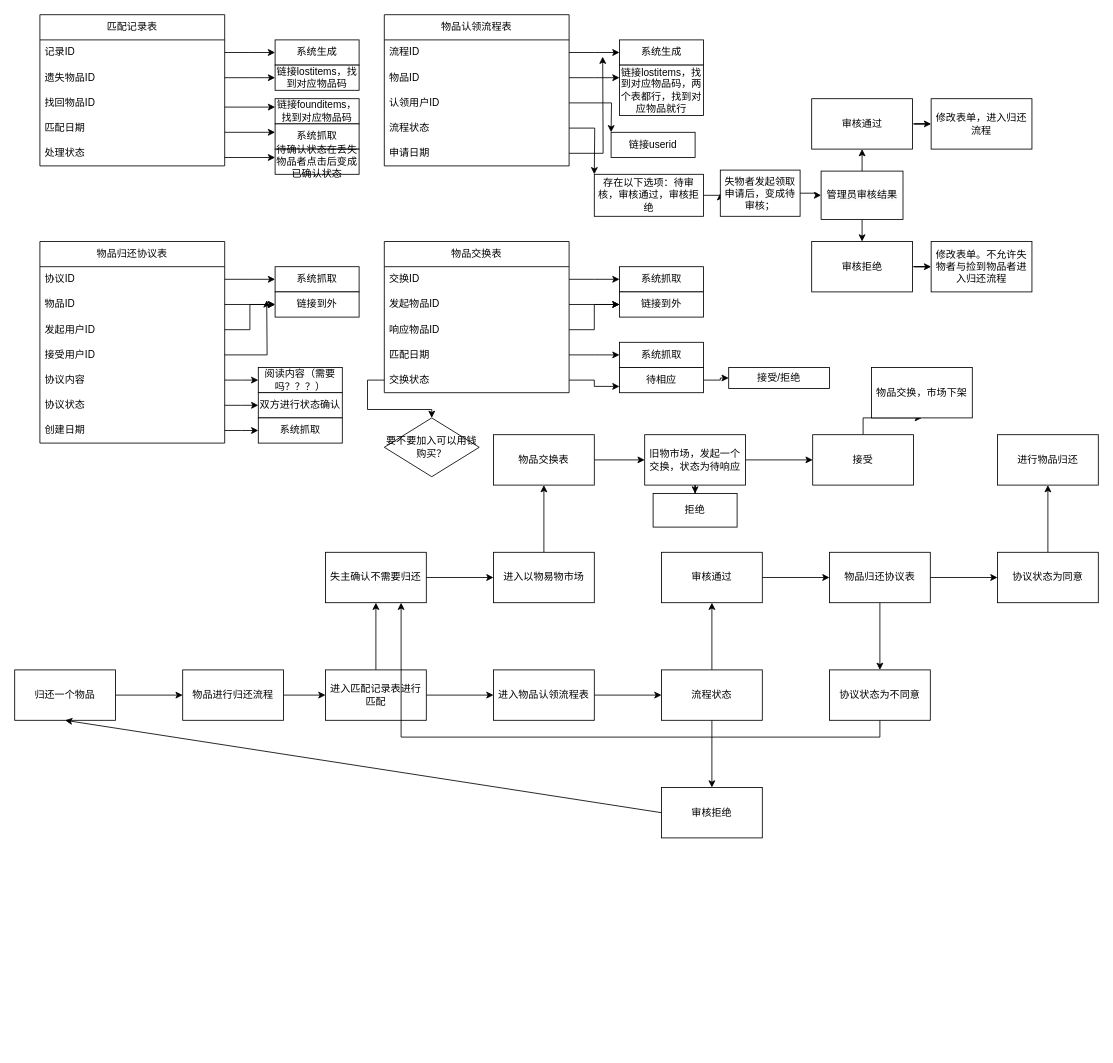
LucasFrancis23213/DatabaseCourseDesign keeps this draw.io diagram as 归还物品.drawio. Above is the earlier version. Source tidied: cells renumbered, new cells numbered last; positions are measured from the earlier drawing's top-left corner, leaving out a move shared by most shapes. Both pictures are drawn from the tidied source at 84%, with x=0, y=0 at pixel (14, 14).
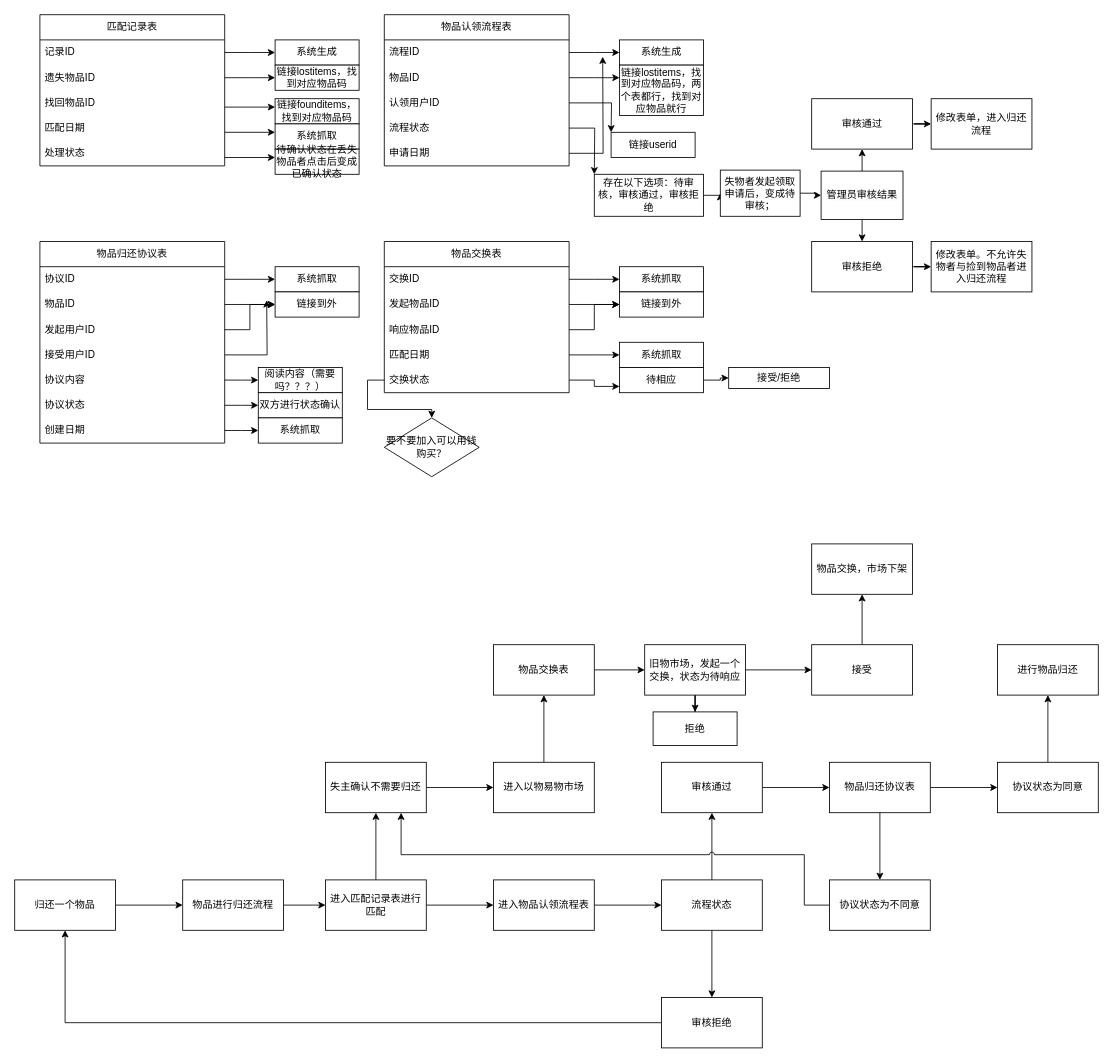
Above is the later version.

Diff of the diagram source:
```diff
@@
     <mxCell id="19" value="归还一个物品" style="rounded=0;whiteSpace=wrap;html=1;" parent="1" vertex="1">
-      <mxGeometry y="780" width="120" height="60" as="geometry" />
+      <mxGeometry y="1030" width="120" height="60" as="geometry" />
     </mxCell>
@@
     <mxCell id="55" value="物品进行归还流程" style="whiteSpace=wrap;html=1;rounded=0;" parent="1" vertex="1">
-      <mxGeometry x="200" y="780" width="120" height="60" as="geometry" />
+      <mxGeometry x="200" y="1030" width="120" height="60" as="geometry" />
     </mxCell>
@@
     <mxCell id="58" value="进入匹配记录表进行匹配" style="whiteSpace=wrap;html=1;" parent="1" vertex="1">
-      <mxGeometry x="370" y="780" width="120" height="60" as="geometry" />
+      <mxGeometry x="370" y="1030" width="120" height="60" as="geometry" />
     </mxCell>
@@
     <mxCell id="60" value="进入物品认领流程表" style="whiteSpace=wrap;html=1;" parent="1" vertex="1">
-      <mxGeometry x="570" y="780" width="120" height="60" as="geometry" />
+      <mxGeometry x="570" y="1030" width="120" height="60" as="geometry" />
     </mxCell>
@@
     <mxCell id="79" value="流程状态" style="whiteSpace=wrap;html=1;" parent="1" vertex="1">
-      <mxGeometry x="770" y="780" width="120" height="60" as="geometry" />
+      <mxGeometry x="770" y="1030" width="120" height="60" as="geometry" />
     </mxCell>
@@
     <mxCell id="81" value="审核通过" style="whiteSpace=wrap;html=1;" parent="1" vertex="1">
-      <mxGeometry x="770" y="640" width="120" height="60" as="geometry" />
+      <mxGeometry x="770" y="890" width="120" height="60" as="geometry" />
     </mxCell>
@@
     <mxCell id="84" value="物品归还协议表" style="whiteSpace=wrap;html=1;" parent="1" vertex="1">
-      <mxGeometry x="970" y="640" width="120" height="60" as="geometry" />
+      <mxGeometry x="970" y="890" width="120" height="60" as="geometry" />
     </mxCell>
+    <mxCell id="86" style="edgeStyle=orthogonalEdgeStyle;rounded=0;jettySize=auto;html=1;exitX=0;exitY=0.5;exitDx=0;exitDy=0;entryX=0.5;entryY=1;entryDx=0;entryDy=0;" parent="1" edge="1" source="85" target="19">
+      <mxGeometry relative="1" as="geometry" />
+    </mxCell>
     <mxCell id="85" value="审核拒绝" style="whiteSpace=wrap;html=1;" parent="1" vertex="1">
-      <mxGeometry x="770" y="920" width="120" height="60" as="geometry" />
+      <mxGeometry x="770" y="1170" width="120" height="60" as="geometry" />
     </mxCell>
-    <mxCell id="86" style="endArrow=classic;html=1;rounded=0;exitX=0;exitY=0.5;exitDx=0;exitDy=0;entryX=0.5;entryY=1;entryDx=0;entryDy=0;" parent="1" edge="1" source="85" target="19">
-      <mxGeometry relative="1" as="geometry" />
-    </mxCell>
@@
     <mxCell id="88" value="失主确认不需要归还" style="whiteSpace=wrap;html=1;" parent="1" vertex="1">
-      <mxGeometry x="370" y="640" width="120" height="60" as="geometry" />
+      <mxGeometry x="370" y="890" width="120" height="60" as="geometry" />
     </mxCell>
@@
     <mxCell id="90" value="进入以物易物市场" style="whiteSpace=wrap;html=1;" parent="1" vertex="1">
-      <mxGeometry x="570" y="640" width="120" height="60" as="geometry" />
+      <mxGeometry x="570" y="890" width="120" height="60" as="geometry" />
     </mxCell>
@@
     <mxCell id="92" value="物品交换表" style="whiteSpace=wrap;html=1;" parent="1" vertex="1">
-      <mxGeometry x="570" y="500" width="120" height="60" as="geometry" />
+      <mxGeometry x="570" y="750" width="120" height="60" as="geometry" />
     </mxCell>
@@
     <mxCell id="99" value="协议状态为同意" style="whiteSpace=wrap;html=1;" parent="1" vertex="1">
-      <mxGeometry x="1170" y="640" width="120" height="60" as="geometry" />
+      <mxGeometry x="1170" y="890" width="120" height="60" as="geometry" />
     </mxCell>
-    <mxCell id="100" style="edgeStyle=orthogonalEdgeStyle;rounded=0;jettySize=auto;html=1;exitX=0.5;exitY=1;exitDx=0;exitDy=0;entryX=0.75;entryY=1;entryDx=0;entryDy=0;" parent="1" edge="1" source="101" target="88">
-      <mxGeometry relative="1" as="geometry" />
+    <mxCell id="100" style="edgeStyle=orthogonalEdgeStyle;rounded=0;jettySize=auto;html=1;exitX=0;exitY=0.5;exitDx=0;exitDy=0;entryX=0.75;entryY=1;entryDx=0;entryDy=0;jumpStyle=arc;" parent="1" edge="1" source="101" target="88">
+      <mxGeometry relative="1" as="geometry">
+        <Array as="points">
+          <mxPoint x="940" y="1060" />
+          <mxPoint x="940" y="1000" />
+          <mxPoint x="460" y="1000" />
+        </Array>
+      </mxGeometry>
     </mxCell>
     <mxCell id="101" value="协议状态为不同意" style="whiteSpace=wrap;html=1;" parent="1" vertex="1">
-      <mxGeometry x="970" y="780" width="120" height="60" as="geometry" />
+      <mxGeometry x="970" y="1030" width="120" height="60" as="geometry" />
     </mxCell>
     <mxCell id="102" value="进行物品归还" style="whiteSpace=wrap;html=1;" parent="1" vertex="1">
-      <mxGeometry x="1170" y="500" width="120" height="60" as="geometry" />
+      <mxGeometry x="1170" y="750" width="120" height="60" as="geometry" />
     </mxCell>
@@
     <mxCell id="114" value="旧物市场，发起一个交换，状态为待响应" style="whiteSpace=wrap;html=1;" parent="1" vertex="1">
-      <mxGeometry x="750" y="500" width="120" height="60" as="geometry" />
+      <mxGeometry x="750" y="750" width="120" height="60" as="geometry" />
     </mxCell>
     <mxCell id="115" value="拒绝" style="whiteSpace=wrap;html=1;" parent="1" vertex="1">
-      <mxGeometry x="760" y="570" width="100" height="40" as="geometry" />
+      <mxGeometry x="760" y="830" width="100" height="40" as="geometry" />
     </mxCell>
@@
     <mxCell id="117" value="接受" style="whiteSpace=wrap;html=1;" parent="1" vertex="1">
-      <mxGeometry x="950" y="500" width="120" height="60" as="geometry" />
+      <mxGeometry x="948.8" y="750" width="120" height="60" as="geometry" />
     </mxCell>
     <mxCell id="118" value="物品交换，市场下架" style="whiteSpace=wrap;html=1;" parent="1" vertex="1">
-      <mxGeometry x="1020" y="420" width="120" height="60" as="geometry" />
+      <mxGeometry x="948.8" y="630" width="120" height="60" as="geometry" />
     </mxCell>
```
